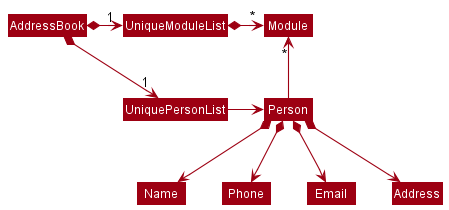
Before: docs/images/BetterModelClassDiagram.png, a diagram exported from PlantUML (nus-cs2103-AY2122S2/tp).
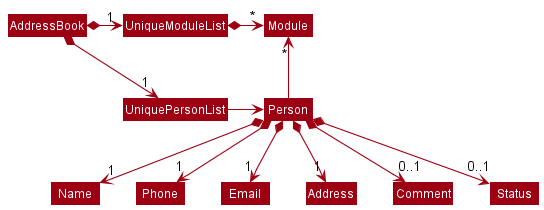
Later version of the same file.

Commit message:
Add Status and Comment to BetterModelClassDiagram

Diff of the diagram source:
```diff
@@ -14,8 +14,10 @@
 
 Person -up-> "*" Module
 
-Person *--> Name
-Person *--> Phone
-Person *--> Email
-Person *--> Address
+Person *--> "1" Name
+Person *--> "1" Phone
+Person *--> "1" Email
+Person *--> "1" Address
+Person *--> "           0..1" Comment
+Person *--> "    0..1" Status
 @enduml
```
